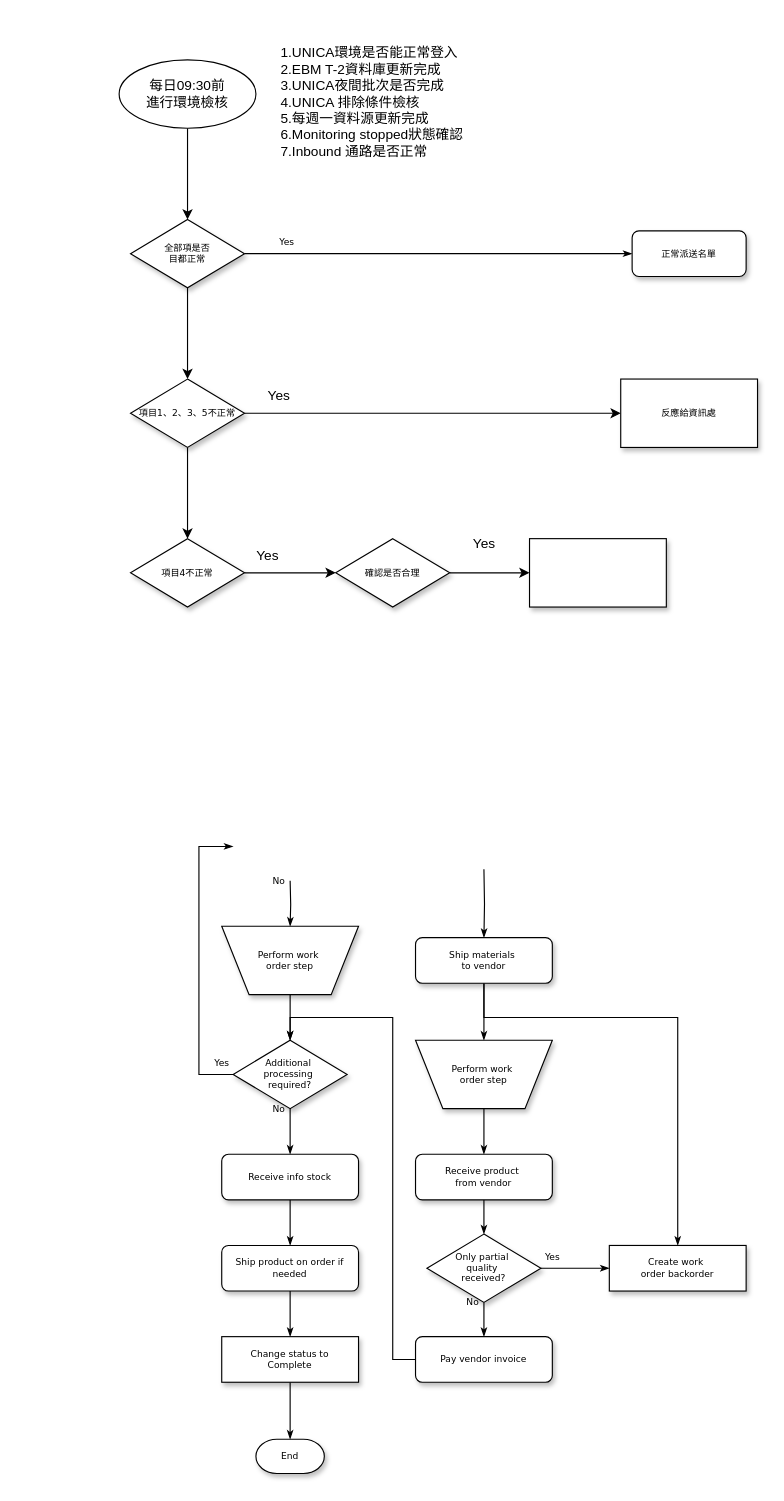
This is 未命名圖表.drawio from colin03564/drawio, a draw.io file, before an edit. Source tidied: cells renumbered, new cells numbered last; positions are measured from the earlier drawing's top-left corner, leaving out a move shared by most shapes. Both pictures are drawn from the tidied source at 114%, with x=0, y=0 at pixel (119, 19).
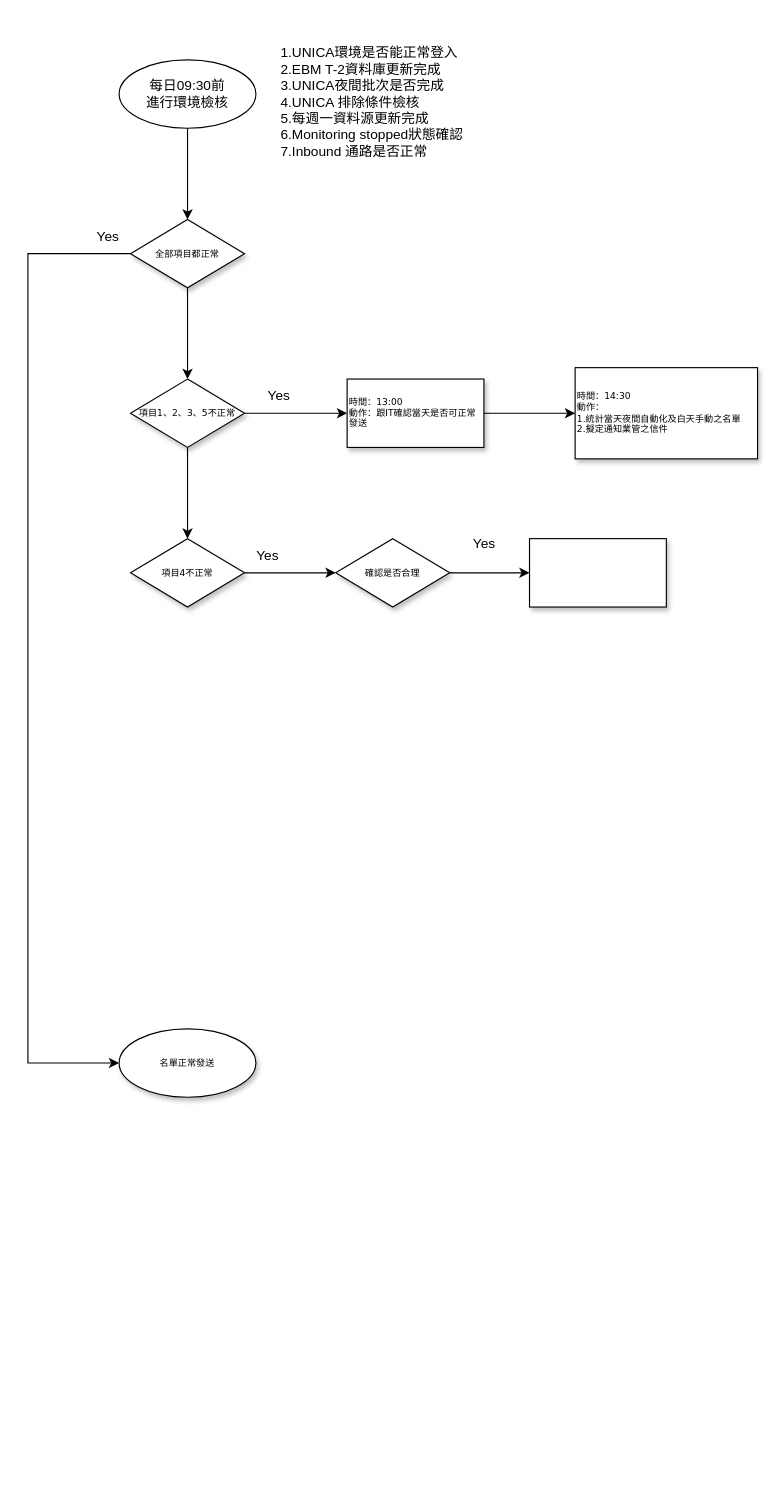
The same diagram, later.

The edit, as a diff of the source:
```diff
@@
-    <mxCell id="2" value="Yes" style="edgeStyle=orthogonalEdgeStyle;rounded=0;html=1;labelBackgroundColor=none;startSize=5;endArrow=classicThin;endFill=1;endSize=5;jettySize=auto;strokeWidth=1;fontFamily=Verdana;fontSize=8;entryX=0;entryY=0.5;entryDx=0;entryDy=0;" parent="1" edge="1" source="4" target="5">
-      <mxGeometry x="-0.78" y="10" relative="1" as="geometry" />
-    </mxCell>
@@
+    <mxCell id="48" style="edgeStyle=orthogonalEdgeStyle;rounded=0;jettySize=auto;html=1;entryX=0;entryY=0.5;entryDx=0;entryDy=0;fontSize=12;" parent="1" edge="1" source="4" target="50">
+      <mxGeometry relative="1" as="geometry">
+        <Array as="points">
+          <mxPoint x="-80" y="205" />
+          <mxPoint x="-80" y="915" />
+        </Array>
+      </mxGeometry>
+    </mxCell>
-    <mxCell id="4" value="全部項是否&lt;br&gt;目都正常" style="rhombus;whiteSpace=wrap;html=1;rounded=0;shadow=1;labelBackgroundColor=none;strokeWidth=1;fontFamily=Verdana;fontSize=8;align=center;" parent="1" vertex="1">
+    <mxCell id="4" value="全部項目都正常" style="rhombus;whiteSpace=wrap;html=1;rounded=0;shadow=1;labelBackgroundColor=none;strokeWidth=1;fontFamily=Verdana;fontSize=8;align=center;" parent="1" vertex="1">
       <mxGeometry x="10" y="175" width="100" height="60" as="geometry" />
     </mxCell>
-    <mxCell id="5" value="正常派送名單" style="rounded=1;whiteSpace=wrap;html=1;shadow=1;labelBackgroundColor=none;strokeWidth=1;fontFamily=Verdana;fontSize=8;align=center;" parent="1" vertex="1">
-      <mxGeometry x="450" y="185" width="100" height="40" as="geometry" />
-    </mxCell>
-    <mxCell id="6" value="No" style="edgeStyle=orthogonalEdgeStyle;rounded=0;html=1;labelBackgroundColor=none;startSize=5;endArrow=classicThin;endFill=1;endSize=5;jettySize=auto;strokeWidth=1;fontFamily=Verdana;fontSize=8;" parent="1" edge="1" target="9">
-      <mxGeometry x="-1" y="-10" relative="1" as="geometry">
-        <mxPoint x="150" y="755" as="sourcePoint" />
-      </mxGeometry>
-    </mxCell>
-    <mxCell id="7" style="edgeStyle=orthogonalEdgeStyle;rounded=0;html=1;labelBackgroundColor=none;startSize=5;endArrow=classicThin;endFill=1;endSize=5;jettySize=auto;strokeWidth=1;fontFamily=Verdana;fontSize=8;" parent="1" edge="1" target="12">
-      <mxGeometry relative="1" as="geometry">
-        <mxPoint x="320" y="745" as="sourcePoint" />
-      </mxGeometry>
-    </mxCell>
-    <mxCell id="8" style="edgeStyle=orthogonalEdgeStyle;rounded=0;html=1;labelBackgroundColor=none;startSize=5;endArrow=classicThin;endFill=1;endSize=5;jettySize=auto;strokeWidth=1;fontFamily=Verdana;fontSize=8;" parent="1" edge="1" source="9" target="15">
-      <mxGeometry relative="1" as="geometry" />
-    </mxCell>
-    <mxCell id="9" value="Perform work&amp;nbsp;&lt;div&gt;order step&lt;/div&gt;" style="shape=trapezoid;whiteSpace=wrap;html=1;rounded=0;shadow=1;labelBackgroundColor=none;strokeWidth=1;fontFamily=Verdana;fontSize=8;align=center;flipV=1;" parent="1" vertex="1">
-      <mxGeometry x="90" y="795" width="120" height="60" as="geometry" />
-    </mxCell>
-    <mxCell id="10" style="edgeStyle=orthogonalEdgeStyle;rounded=0;html=1;labelBackgroundColor=none;startSize=5;endArrow=classicThin;endFill=1;endSize=5;jettySize=auto;strokeWidth=1;fontFamily=Verdana;fontSize=8;" parent="1" edge="1" source="12" target="17">
-      <mxGeometry relative="1" as="geometry" />
-    </mxCell>
-    <mxCell id="11" style="edgeStyle=orthogonalEdgeStyle;rounded=0;html=1;labelBackgroundColor=none;startSize=5;endArrow=classicThin;endFill=1;endSize=5;jettySize=auto;strokeWidth=1;fontFamily=Verdana;fontSize=8;" parent="1" edge="1" source="12" target="27">
-      <mxGeometry relative="1" as="geometry">
-        <Array as="points">
-          <mxPoint x="320" y="875" />
-          <mxPoint x="490" y="875" />
-        </Array>
-      </mxGeometry>
-    </mxCell>
-    <mxCell id="12" value="Ship materials&amp;nbsp;&lt;div&gt;to vendor&lt;/div&gt;" style="rounded=1;whiteSpace=wrap;html=1;shadow=1;labelBackgroundColor=none;strokeWidth=1;fontFamily=Verdana;fontSize=8;align=center;" parent="1" vertex="1">
-      <mxGeometry x="260" y="805" width="120" height="40" as="geometry" />
-    </mxCell>
-    <mxCell id="13" value="Yes" style="edgeStyle=orthogonalEdgeStyle;rounded=0;html=1;labelBackgroundColor=none;startSize=5;endArrow=classicThin;endFill=1;endSize=5;jettySize=auto;strokeWidth=1;fontFamily=Verdana;fontSize=8;" parent="1" edge="1" source="15">
-      <mxGeometry x="-0.69" y="-20" relative="1" as="geometry">
-        <mxPoint x="100" y="725" as="targetPoint" />
-        <Array as="points">
-          <mxPoint x="70" y="925" />
-          <mxPoint x="70" y="725" />
-        </Array>
-      </mxGeometry>
-    </mxCell>
-    <mxCell id="14" value="No" style="edgeStyle=orthogonalEdgeStyle;rounded=0;html=1;labelBackgroundColor=none;startSize=5;endArrow=classicThin;endFill=1;endSize=5;jettySize=auto;strokeWidth=1;fontFamily=Verdana;fontSize=8;" parent="1" edge="1" source="15" target="19">
-      <mxGeometry x="-1" y="-10" relative="1" as="geometry" />
-    </mxCell>
-    <mxCell id="15" value="Additional&amp;nbsp;&lt;div&gt;processing&amp;nbsp;&lt;/div&gt;&lt;div&gt;required?&lt;/div&gt;" style="rhombus;whiteSpace=wrap;html=1;rounded=0;shadow=1;labelBackgroundColor=none;strokeWidth=1;fontFamily=Verdana;fontSize=8;align=center;" parent="1" vertex="1">
-      <mxGeometry x="100" y="895" width="100" height="60" as="geometry" />
-    </mxCell>
-    <mxCell id="16" style="edgeStyle=orthogonalEdgeStyle;rounded=0;html=1;labelBackgroundColor=none;startSize=5;endArrow=classicThin;endFill=1;endSize=5;jettySize=auto;strokeWidth=1;fontFamily=Verdana;fontSize=8;" parent="1" edge="1" source="17" target="21">
-      <mxGeometry relative="1" as="geometry" />
-    </mxCell>
-    <mxCell id="17" value="Perform work&amp;nbsp;&lt;div&gt;order step&lt;/div&gt;" style="shape=trapezoid;whiteSpace=wrap;html=1;rounded=0;shadow=1;labelBackgroundColor=none;strokeWidth=1;fontFamily=Verdana;fontSize=8;align=center;flipV=1;" parent="1" vertex="1">
-      <mxGeometry x="260" y="895" width="120" height="60" as="geometry" />
-    </mxCell>
-    <mxCell id="18" style="edgeStyle=orthogonalEdgeStyle;rounded=0;html=1;labelBackgroundColor=none;startSize=5;endArrow=classicThin;endFill=1;endSize=5;jettySize=auto;strokeWidth=1;fontFamily=Verdana;fontSize=8;" parent="1" edge="1" source="19" target="23">
-      <mxGeometry relative="1" as="geometry" />
-    </mxCell>
-    <mxCell id="19" value="Receive info stock" style="rounded=1;whiteSpace=wrap;html=1;shadow=1;labelBackgroundColor=none;strokeWidth=1;fontFamily=Verdana;fontSize=8;align=center;" parent="1" vertex="1">
-      <mxGeometry x="90" y="995" width="120" height="40" as="geometry" />
-    </mxCell>
-    <mxCell id="20" style="edgeStyle=orthogonalEdgeStyle;rounded=0;html=1;labelBackgroundColor=none;startSize=5;endArrow=classicThin;endFill=1;endSize=5;jettySize=auto;strokeWidth=1;fontFamily=Verdana;fontSize=8;" parent="1" edge="1" source="21" target="26">
-      <mxGeometry relative="1" as="geometry" />
-    </mxCell>
-    <mxCell id="21" value="Receive product&amp;nbsp;&lt;div&gt;from vendor&lt;/div&gt;" style="rounded=1;whiteSpace=wrap;html=1;shadow=1;labelBackgroundColor=none;strokeWidth=1;fontFamily=Verdana;fontSize=8;align=center;" parent="1" vertex="1">
-      <mxGeometry x="260" y="995" width="120" height="40" as="geometry" />
-    </mxCell>
-    <mxCell id="22" style="edgeStyle=orthogonalEdgeStyle;rounded=0;html=1;labelBackgroundColor=none;startSize=5;endArrow=classicThin;endFill=1;endSize=5;jettySize=auto;strokeWidth=1;fontFamily=Verdana;fontSize=8;" parent="1" edge="1" source="23" target="29">
-      <mxGeometry relative="1" as="geometry" />
-    </mxCell>
-    <mxCell id="23" value="Ship product on order if needed" style="rounded=1;whiteSpace=wrap;html=1;shadow=1;labelBackgroundColor=none;strokeWidth=1;fontFamily=Verdana;fontSize=8;align=center;" parent="1" vertex="1">
-      <mxGeometry x="90" y="1075" width="120" height="40" as="geometry" />
-    </mxCell>
-    <mxCell id="24" value="No" style="edgeStyle=orthogonalEdgeStyle;rounded=0;html=1;labelBackgroundColor=none;startSize=5;endArrow=classicThin;endFill=1;endSize=5;jettySize=auto;strokeWidth=1;fontFamily=Verdana;fontSize=8;" parent="1" edge="1" source="26" target="31">
-      <mxGeometry x="0.2" y="14" relative="1" as="geometry">
-        <mxPoint x="-24" y="-10" as="offset" />
-      </mxGeometry>
-    </mxCell>
-    <mxCell id="25" value="Yes" style="edgeStyle=orthogonalEdgeStyle;rounded=0;html=1;labelBackgroundColor=none;startSize=5;endArrow=classicThin;endFill=1;endSize=5;jettySize=auto;strokeWidth=1;fontFamily=Verdana;fontSize=8;" parent="1" edge="1" source="26" target="27">
-      <mxGeometry x="-0.67" y="10" relative="1" as="geometry" />
-    </mxCell>
-    <mxCell id="26" value="Only partial&amp;nbsp;&lt;div&gt;quality&amp;nbsp;&lt;/div&gt;&lt;div&gt;received?&lt;/div&gt;" style="rhombus;whiteSpace=wrap;html=1;rounded=0;shadow=1;labelBackgroundColor=none;strokeWidth=1;fontFamily=Verdana;fontSize=8;align=center;" parent="1" vertex="1">
-      <mxGeometry x="270" y="1065" width="100" height="60" as="geometry" />
-    </mxCell>
-    <mxCell id="27" value="Create work&amp;nbsp;&lt;div&gt;order backorder&lt;/div&gt;" style="whiteSpace=wrap;html=1;rounded=0;shadow=1;labelBackgroundColor=none;strokeWidth=1;fontFamily=Verdana;fontSize=8;align=center;" parent="1" vertex="1">
-      <mxGeometry x="430" y="1075" width="120" height="40" as="geometry" />
-    </mxCell>
-    <mxCell id="28" style="edgeStyle=orthogonalEdgeStyle;rounded=0;html=1;labelBackgroundColor=none;startSize=5;endArrow=classicThin;endFill=1;endSize=5;jettySize=auto;strokeWidth=1;fontFamily=Verdana;fontSize=8;" parent="1" edge="1" source="29" target="32">
-      <mxGeometry relative="1" as="geometry" />
-    </mxCell>
-    <mxCell id="29" value="Change status to&lt;div&gt;Complete&lt;/div&gt;" style="whiteSpace=wrap;html=1;rounded=0;shadow=1;labelBackgroundColor=none;strokeWidth=1;fontFamily=Verdana;fontSize=8;align=center;" parent="1" vertex="1">
-      <mxGeometry x="90" y="1155" width="120" height="40" as="geometry" />
-    </mxCell>
-    <mxCell id="30" style="edgeStyle=orthogonalEdgeStyle;rounded=0;html=1;labelBackgroundColor=none;startSize=5;endArrow=classicThin;endFill=1;endSize=5;jettySize=auto;strokeWidth=1;fontFamily=Verdana;fontSize=8;" parent="1" edge="1" source="31" target="15">
-      <mxGeometry relative="1" as="geometry">
-        <Array as="points">
-          <mxPoint x="240" y="1175" />
-          <mxPoint x="240" y="875" />
-          <mxPoint x="150" y="875" />
-        </Array>
-      </mxGeometry>
-    </mxCell>
-    <mxCell id="31" value="Pay vendor invoice" style="rounded=1;whiteSpace=wrap;html=1;shadow=1;labelBackgroundColor=none;strokeWidth=1;fontFamily=Verdana;fontSize=8;align=center;" parent="1" vertex="1">
-      <mxGeometry x="260" y="1155" width="120" height="40" as="geometry" />
-    </mxCell>
-    <mxCell id="32" value="End" style="strokeWidth=1;html=1;shape=mxgraph.flowchart.terminator;whiteSpace=wrap;rounded=0;shadow=1;labelBackgroundColor=none;fontFamily=Verdana;fontSize=8;align=center;" parent="1" vertex="1">
-      <mxGeometry x="120" y="1245" width="60" height="30" as="geometry" />
-    </mxCell>
@@
+    <mxCell id="49" style="edgeStyle=orthogonalEdgeStyle;rounded=0;jettySize=auto;html=1;fontSize=12;" parent="1" edge="1" source="39" target="52">
+      <mxGeometry relative="1" as="geometry" />
+    </mxCell>
-    <mxCell id="39" value="反應給資訊處" style="whiteSpace=wrap;html=1;fontSize=8;fontFamily=Verdana;rounded=0;shadow=1;labelBackgroundColor=none;strokeWidth=1;" parent="1" vertex="1">
-      <mxGeometry x="440" y="315" width="120" height="60" as="geometry" />
+    <mxCell id="39" value="&lt;div&gt;&lt;span style=&quot;font-size: 8px;&quot;&gt;時間：13:00&lt;/span&gt;&lt;/div&gt;&lt;div&gt;&lt;span style=&quot;font-size: 8px;&quot;&gt;動作：跟IT確認當天是否可正常發送&lt;/span&gt;&lt;/div&gt;" style="whiteSpace=wrap;html=1;fontSize=8;fontFamily=Verdana;rounded=0;shadow=1;labelBackgroundColor=none;strokeWidth=1;align=left;" parent="1" vertex="1">
+      <mxGeometry x="200" y="315" width="120" height="60" as="geometry" />
     </mxCell>
@@
+    <mxCell id="50" value="名單正常發送" style="ellipse;whiteSpace=wrap;html=1;fontSize=8;fontFamily=Verdana;rounded=0;shadow=1;labelBackgroundColor=none;strokeWidth=1;" parent="1" vertex="1">
+      <mxGeometry y="885" width="120" height="60" as="geometry" />
+    </mxCell>
+    <mxCell id="51" value="Yes" style="text;html=1;align=center;verticalAlign=middle;fillColor=none;strokeColor=none;rounded=0;fontSize=12;" parent="1" vertex="1">
+      <mxGeometry x="-30" y="175" width="40" height="30" as="geometry" />
+    </mxCell>
+    <mxCell id="52" value="&lt;div&gt;&lt;span style=&quot;font-size: 8px;&quot;&gt;時間：14:30&lt;/span&gt;&lt;/div&gt;&lt;div&gt;&lt;span style=&quot;font-size: 8px;&quot;&gt;動作：&lt;/span&gt;&lt;/div&gt;&lt;div&gt;&lt;span style=&quot;font-size: 8px;&quot;&gt;1.統計當天夜間自動化及白天手動之名單&lt;/span&gt;&lt;/div&gt;&lt;div&gt;&lt;span style=&quot;font-size: 8px;&quot;&gt;2.擬定通知業管之信件&lt;/span&gt;&lt;/div&gt;" style="whiteSpace=wrap;html=1;fontSize=8;fontFamily=Verdana;rounded=0;shadow=1;labelBackgroundColor=none;strokeWidth=1;align=left;" parent="1" vertex="1">
+      <mxGeometry x="400" y="305" width="160" height="80" as="geometry" />
+    </mxCell>
```
